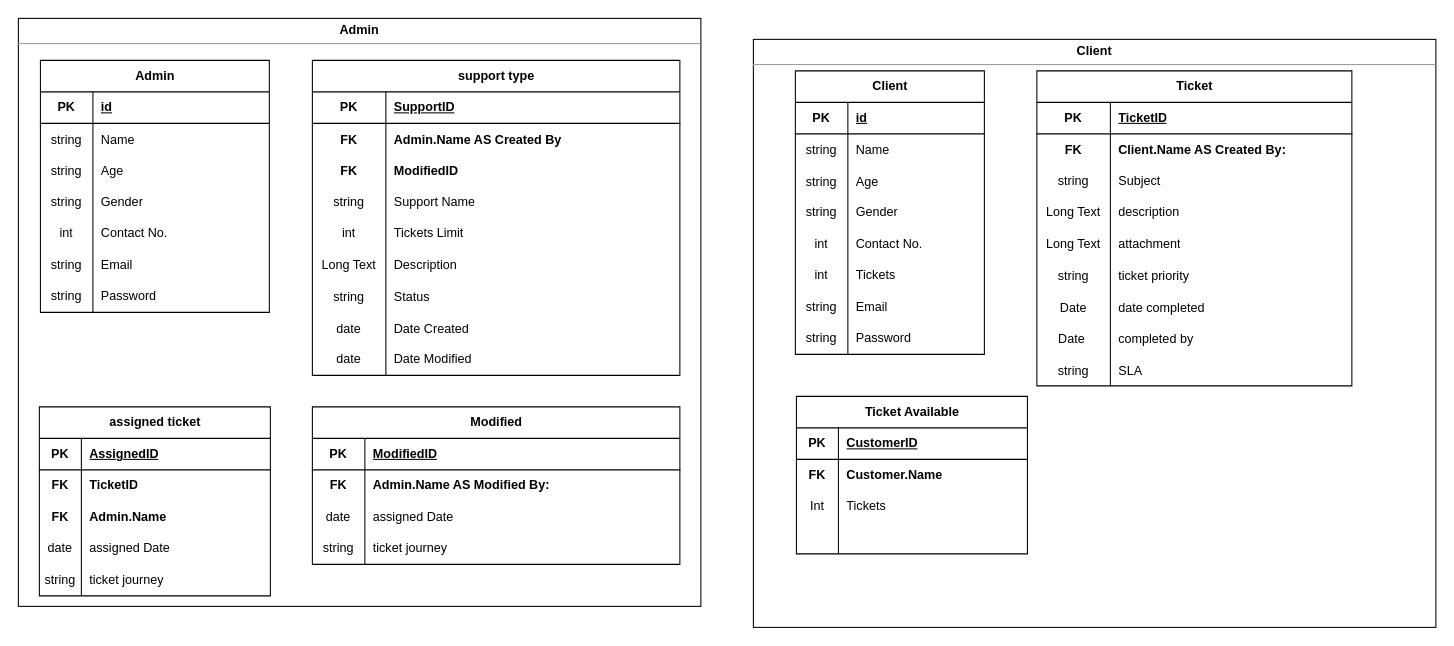
Earlier version of the draw.io diagram hackdesk-erd.drawio (clydeaaron/hackdesk-erd). Source tidied: cells renumbered, new cells numbered last; positions are measured from the earlier drawing's top-left corner, leaving out a move shared by most shapes. Both pictures are drawn from the tidied source at 105%, with x=0, y=0 at pixel (18, 18).
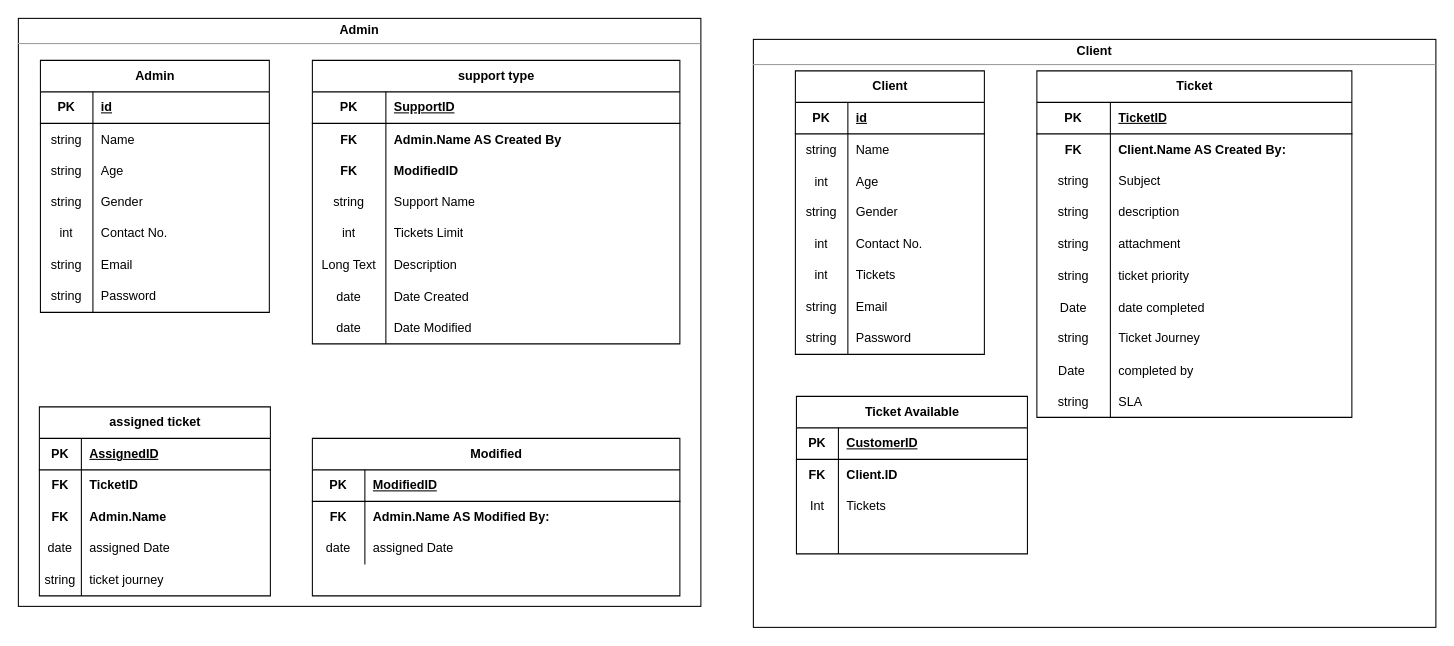
After the change.

Unchanged cells that the change refers to:
```xml
<mxCell id="10" style="shape=tableRow;horizontal=0;startSize=0;swimlaneHead=0;swimlaneBody=0;fillColor=none;top=0;left=0;right=0;bottom=0;" parent="3" vertex="1">
  <mxGeometry y="90" width="180" height="30" as="geometry" />
</mxCell>
<mxCell id="38" style="shape=tableRow;horizontal=0;startSize=0;swimlaneHead=0;swimlaneBody=0;fillColor=none;top=0;left=0;right=0;bottom=0;" parent="28" vertex="1">
  <mxGeometry y="120" width="300" height="30" as="geometry" />
</mxCell>
<mxCell id="41" style="shape=tableRow;horizontal=0;startSize=0;swimlaneHead=0;swimlaneBody=0;fillColor=none;top=0;left=0;right=0;bottom=0;" parent="28" vertex="1">
  <mxGeometry y="150" width="300" height="30" as="geometry" />
</mxCell>
<mxCell id="140" style="shape=tableRow;horizontal=0;startSize=0;swimlaneHead=0;swimlaneBody=0;fillColor=none;top=0;left=0;right=0;bottom=0;" parent="136" vertex="1">
  <mxGeometry y="60" width="220" height="30" as="geometry" />
</mxCell>
```

Change to the diagram source:
```diff
@@
-    <mxCell id="11" value="string" style="shape=partialRectangle;fillColor=none;top=0;left=0;bottom=0;right=0;overflow=hidden;" parent="10" vertex="1">
+    <mxCell id="11" value="int" style="shape=partialRectangle;fillColor=none;top=0;left=0;bottom=0;right=0;overflow=hidden;" parent="10" vertex="1">
       <mxGeometry width="50" height="30" as="geometry" />
     </mxCell>
@@
     <mxCell id="28" value="Ticket" style="shape=table;startSize=30;childLayout=tableLayout;rowLines=0;fontStyle=1;align=center;html=1;" parent="1" vertex="1">
-      <mxGeometry x="970" y="50" width="300" height="300" as="geometry" />
+      <mxGeometry x="970" y="50" width="300" height="330" as="geometry" />
     </mxCell>
@@
-    <mxCell id="39" value="Long Text" style="shape=partialRectangle;fillColor=none;top=0;left=0;bottom=0;right=0;overflow=hidden;whiteSpace=wrap;html=1;" parent="38" vertex="1">
+    <mxCell id="39" value="string" style="shape=partialRectangle;fillColor=none;top=0;left=0;bottom=0;right=0;overflow=hidden;whiteSpace=wrap;html=1;" parent="38" vertex="1">
       <mxGeometry width="70" height="30" as="geometry" />
     </mxCell>
@@
-    <mxCell id="42" value="Long Text" style="shape=partialRectangle;fillColor=none;top=0;left=0;bottom=0;right=0;overflow=hidden;whiteSpace=wrap;html=1;" parent="41" vertex="1">
+    <mxCell id="42" value="string" style="shape=partialRectangle;fillColor=none;top=0;left=0;bottom=0;right=0;overflow=hidden;whiteSpace=wrap;html=1;" parent="41" vertex="1">
       <mxGeometry width="70" height="30" as="geometry" />
     </mxCell>
@@
+    <mxCell id="149" style="shape=tableRow;horizontal=0;startSize=0;swimlaneHead=0;swimlaneBody=0;fillColor=none;top=0;left=0;right=0;bottom=0;" parent="28" vertex="1">
+      <mxGeometry y="240" width="300" height="30" as="geometry" />
+    </mxCell>
+    <mxCell id="150" value="string" style="shape=partialRectangle;fillColor=none;top=0;left=0;bottom=0;right=0;fontStyle=0;overflow=hidden;whiteSpace=wrap;html=1;" parent="149" vertex="1">
+      <mxGeometry width="70" height="30" as="geometry" />
+    </mxCell>
+    <mxCell id="151" value="Ticket Journey" style="shape=partialRectangle;fillColor=none;top=0;left=0;bottom=0;right=0;align=left;spacingLeft=6;fontStyle=0;overflow=hidden;whiteSpace=wrap;html=1;" parent="149" vertex="1">
+      <mxGeometry x="70" width="230" height="30" as="geometry" />
+    </mxCell>
     <mxCell id="50" style="shape=tableRow;horizontal=0;startSize=0;swimlaneHead=0;swimlaneBody=0;fillColor=none;top=0;left=0;right=0;bottom=0;" parent="28" vertex="1">
-      <mxGeometry y="240" width="300" height="30" as="geometry" />
+      <mxGeometry y="270" width="300" height="30" as="geometry" />
     </mxCell>
@@
     <mxCell id="53" style="shape=tableRow;horizontal=0;startSize=0;swimlaneHead=0;swimlaneBody=0;fillColor=none;top=0;left=0;right=0;bottom=0;" parent="28" vertex="1">
-      <mxGeometry y="270" width="300" height="30" as="geometry" />
+      <mxGeometry y="300" width="300" height="30" as="geometry" />
     </mxCell>
@@
     <mxCell id="79" value="&lt;b&gt;support type&lt;/b&gt;" style="shape=table;startSize=30;childLayout=tableLayout;rowLines=0;fontStyle=0;align=center;html=1;" parent="1" vertex="1">
-      <mxGeometry x="280" y="40" width="350" height="300" as="geometry" />
+      <mxGeometry x="280" y="40" width="350" height="270" as="geometry" />
     </mxCell>
@@
-    <mxCell id="98" style="shape=tableRow;horizontal=0;startSize=0;swimlaneHead=0;swimlaneBody=0;fillColor=none;top=0;left=0;right=0;bottom=0;" parent="79" vertex="1">
-      <mxGeometry y="210" width="350" height="30" as="geometry" />
-    </mxCell>
-    <mxCell id="99" value="string" style="shape=partialRectangle;fillColor=none;top=0;left=0;bottom=0;right=0;overflow=hidden;" parent="98" vertex="1">
-      <mxGeometry width="70" height="30" as="geometry" />
-    </mxCell>
-    <mxCell id="100" value="Status" style="shape=partialRectangle;fillColor=none;top=0;left=0;bottom=0;right=0;align=left;spacingLeft=6;overflow=hidden;" parent="98" vertex="1">
-      <mxGeometry x="70" width="280" height="30" as="geometry" />
-    </mxCell>
     <mxCell id="101" style="shape=tableRow;horizontal=0;startSize=0;swimlaneHead=0;swimlaneBody=0;fillColor=none;top=0;left=0;right=0;bottom=0;" parent="79" vertex="1">
-      <mxGeometry y="240" width="350" height="30" as="geometry" />
+      <mxGeometry y="210" width="350" height="30" as="geometry" />
     </mxCell>
@@
     <mxCell id="104" style="shape=tableRow;horizontal=0;startSize=0;swimlaneHead=0;swimlaneBody=0;fillColor=none;top=0;left=0;right=0;bottom=0;" parent="79" vertex="1">
-      <mxGeometry y="270" width="350" height="30" as="geometry" />
+      <mxGeometry y="240" width="350" height="30" as="geometry" />
     </mxCell>
@@
     <mxCell id="123" value="Modified" style="shape=table;startSize=30;childLayout=tableLayout;rowLines=0;fontStyle=1;align=center;html=1;" parent="1" vertex="1">
-      <mxGeometry x="280" y="370" width="350" height="150" as="geometry" />
+      <mxGeometry x="280" y="400" width="350" height="150" as="geometry" />
     </mxCell>
@@
-    <mxCell id="133" style="shape=tableRow;horizontal=0;startSize=0;swimlaneHead=0;swimlaneBody=0;fillColor=none;top=0;left=0;right=0;bottom=0;" parent="123" vertex="1">
-      <mxGeometry y="120" width="350" height="30" as="geometry" />
-    </mxCell>
-    <mxCell id="134" value="string" style="shape=partialRectangle;fillColor=none;top=0;left=0;bottom=0;right=0;overflow=hidden;whiteSpace=wrap;html=1;" parent="133" vertex="1">
-      <mxGeometry width="50" height="30" as="geometry" />
-    </mxCell>
-    <mxCell id="135" value="ticket journey" style="shape=partialRectangle;fillColor=none;top=0;left=0;bottom=0;right=0;align=left;spacingLeft=6;overflow=hidden;whiteSpace=wrap;html=1;" parent="133" vertex="1">
-      <mxGeometry x="50" width="300" height="30" as="geometry" />
-    </mxCell>
@@
-    <mxCell id="142" value="Customer.Name" style="shape=partialRectangle;fillColor=none;top=0;left=0;bottom=0;right=0;align=left;spacingLeft=6;overflow=hidden;whiteSpace=wrap;html=1;fontStyle=1;" parent="140" vertex="1">
+    <mxCell id="142" value="Client.ID" style="shape=partialRectangle;fillColor=none;top=0;left=0;bottom=0;right=0;align=left;spacingLeft=6;overflow=hidden;whiteSpace=wrap;html=1;fontStyle=1;" parent="140" vertex="1">
       <mxGeometry x="40" width="180" height="30" as="geometry" />
     </mxCell>
@@
+    <mxCell id="152" style="shape=tableRow;horizontal=0;startSize=0;swimlaneHead=0;swimlaneBody=0;fillColor=none;top=0;left=0;right=0;bottom=0;" parent="1" vertex="1">
+      <mxGeometry x="280" y="520" width="350" height="30" as="geometry" />
+    </mxCell>
```
